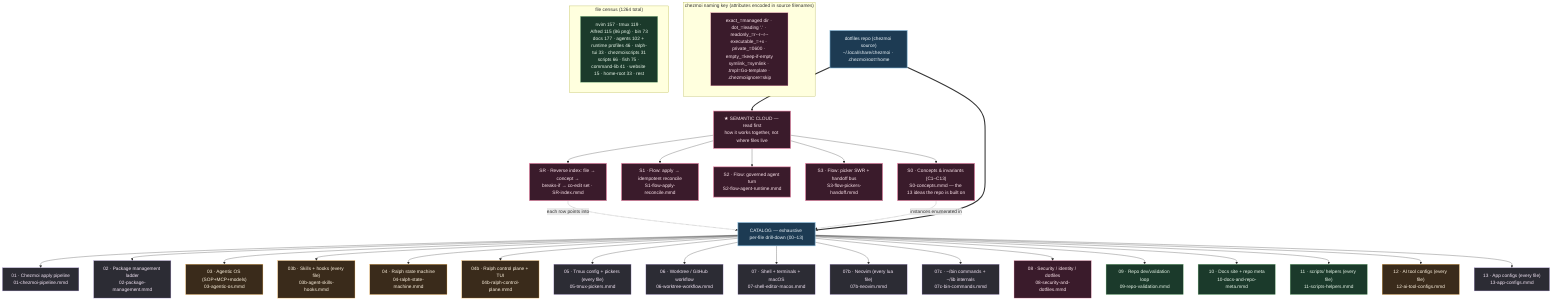
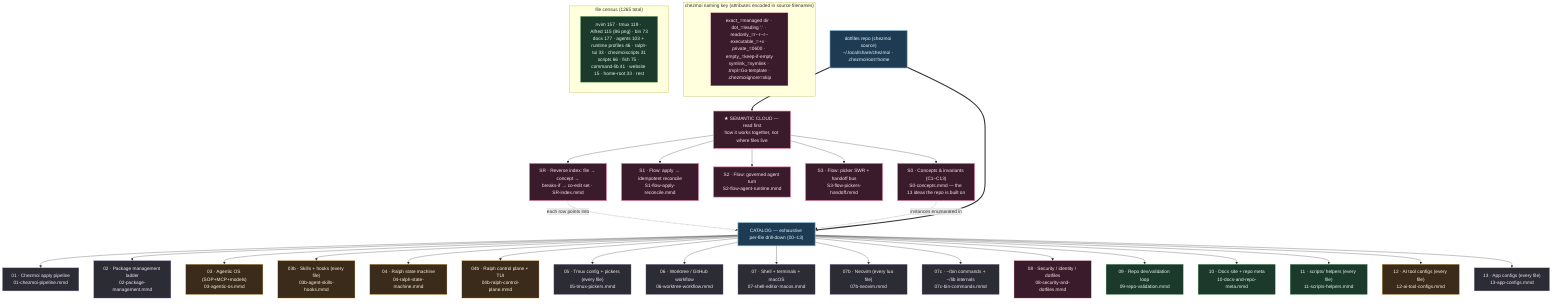
%% ============================================================================
%% 00-overview.mmd — Master navigation map for kapral18/dotfiles
%% TWO LAYERS:
%%   SEMANTIC CLOUD (read first) — how the system THINKS: concepts+invariants
%%     (S0), cross-cutting flows (S1/S2/S3), and a reverse index (SR) that maps
%%     any file to its concept, blast radius, and co-edit set.
%%   CATALOG (drill-down) — how the system is LAID OUT: 00-13 enumerate every
- %%     one of the 1264 tracked files by exact chezmoi source path.
+ %%     one of the 1265 tracked files by exact chezmoi source path.
%% `home/` is chezmoi source deployed to $HOME; scripts/tools/website/docs are
%% repo-side (NOT deployed). Each node → a deeper .mmd.
%% ============================================================================
graph TD
    classDef entry fill:#1d3b53,stroke:#7fb3d5,color:#eaf2f8,stroke-width:2px;
    classDef sys fill:#2c2c34,stroke:#b39ddb,color:#f3e5f5;
    classDef ai fill:#3a2b1b,stroke:#ffb74d,color:#fff3e0;
    classDef repo fill:#1b3a2b,stroke:#81c784,color:#e8f5e9;
    classDef data fill:#3a1b2b,stroke:#f48fb1,color:#fce4ec;
    classDef sem fill:#3a1b2b,stroke:#f48fb1,color:#fce4ec,stroke-width:2px;

    ROOT["dotfiles repo (chezmoi source)<br/>~/.local/share/chezmoi · .chezmoiroot=home"]:::entry

    %% ---- SEMANTIC LAYER (read before the catalog) --------------------------
    ROOT ==> SEMHEAD["★ SEMANTIC CLOUD — read first<br/>how it works together, not where files live"]:::sem
    SEMHEAD --> S0["S0 · Concepts & invariants (C1–C13)<br/>S0-concepts.mmd — the 13 ideas the repo is built on"]:::sem
    SEMHEAD --> S1["S1 · Flow: apply → idempotent reconcile<br/>S1-flow-apply-reconcile.mmd"]:::sem
    SEMHEAD --> S2["S2 · Flow: governed agent turn<br/>S2-flow-agent-runtime.mmd"]:::sem
    SEMHEAD --> S3["S3 · Flow: picker SWR + handoff bus<br/>S3-flow-pickers-handoff.mmd"]:::sem
    SEMHEAD --> SR["SR · Reverse index: file → concept →<br/>breaks-if → co-edit set · SR-index.mmd"]:::sem
    SR -. "each row points into" .-> CATHEAD
    S0 -. "instances enumerated in" .-> CATHEAD

    %% ---- CATALOG LAYER (exhaustive per-file drill-down) --------------------
    ROOT ==> CATHEAD["CATALOG — exhaustive per-file drill-down (00–13)"]:::entry

    CATHEAD --> CZ["01 · Chezmoi apply pipeline<br/>01-chezmoi-pipeline.mmd"]:::sys
    CATHEAD --> PKG["02 · Package management ladder<br/>02-package-management.mmd"]:::sys
    CATHEAD --> AIOS["03 · Agentic OS (SOP+MCP+models)<br/>03-agentic-os.mmd"]:::ai
    CATHEAD --> SKILLS["03b · Skills + hooks (every file)<br/>03b-agent-skills-hooks.mmd"]:::ai
    CATHEAD --> RALPH["04 · Ralph state machine<br/>04-ralph-state-machine.mmd"]:::ai
    CATHEAD --> RALPHCP["04b · Ralph control plane + TUI<br/>04b-ralph-control-plane.mmd"]:::ai
    CATHEAD --> TMUX["05 · Tmux config + pickers (every file)<br/>05-tmux-pickers.mmd"]:::sys
    CATHEAD --> WT["06 · Worktree / GitHub workflow<br/>06-worktree-workflow.mmd"]:::sys
    CATHEAD --> SEM["07 · Shell + terminals + macOS<br/>07-shell-editor-macos.mmd"]:::sys
    CATHEAD --> NVIM["07b · Neovim (every lua file)<br/>07b-neovim.mmd"]:::sys
    CATHEAD --> BIN["07c · ~/bin commands + ~/lib internals<br/>07c-bin-commands.mmd"]:::sys
    CATHEAD --> SEC["08 · Security / identity / dotfiles<br/>08-security-and-dotfiles.mmd"]:::data
    CATHEAD --> VAL["09 · Repo dev/validation loop<br/>09-repo-validation.mmd"]:::repo
    CATHEAD --> DOCS["10 · Docs site + repo meta<br/>10-docs-and-repo-meta.mmd"]:::repo
    CATHEAD --> SCRIPTS["11 · scripts/ helpers (every file)<br/>11-scripts-helpers.mmd"]:::repo
    CATHEAD --> AICFG["12 · AI tool configs (every file)<br/>12-ai-tool-configs.mmd"]:::ai
    CATHEAD --> APPS["13 · App configs (every file)<br/>13-app-configs.mmd"]:::sys

    subgraph KEY["chezmoi naming key (attributes encoded in source filenames)"]
        K1["exact_=managed dir · dot_=leading '.' · readonly_=r--r--r--<br/>executable_=+x · private_=0600 · empty_=keep-if-empty<br/>symlink_=symlink · .tmpl=Go-template · .chezmoiignore=skip"]:::data
    end

-     subgraph COUNTS["file census (1264 total)"]
-         C1["nvim 157 · tmux 119 · Alfred 115 (86 png) · bin 73<br/>docs 177 · agents 102 + runtime profiles 46 · ralph-tui 33 · chezmoiscripts 31<br/>scripts 66 · fish 75 · command-lib 41 · website 15 · home-root 33 · rest"]:::repo
+     subgraph COUNTS["file census (1265 total)"]
+         C1["nvim 157 · tmux 119 · Alfred 115 (86 png) · bin 73<br/>docs 177 · agents 103 + runtime profiles 46 · ralph-tui 33 · chezmoiscripts 31<br/>scripts 66 · fish 75 · command-lib 41 · website 15 · home-root 33 · rest"]:::repo
    end
